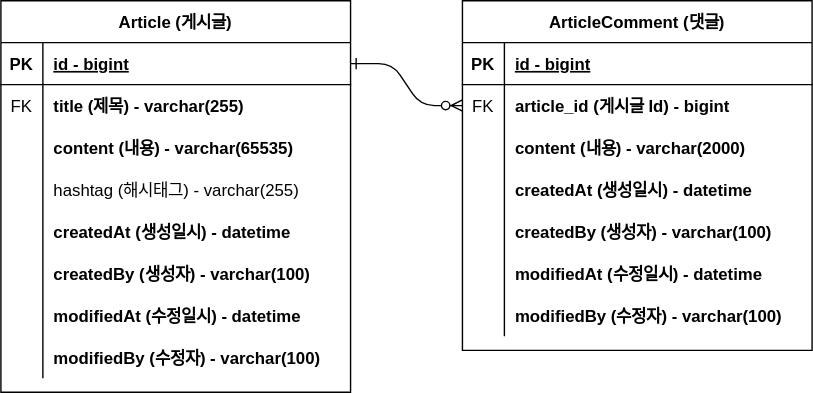
Earlier version of the draw.io export document/project-board-erd.drawio.svg (beomukim/project-board). Source tidied: cells renumbered, new cells last; positions are measured from the earlier drawing's top-left corner, leaving out a move shared by most shapes.
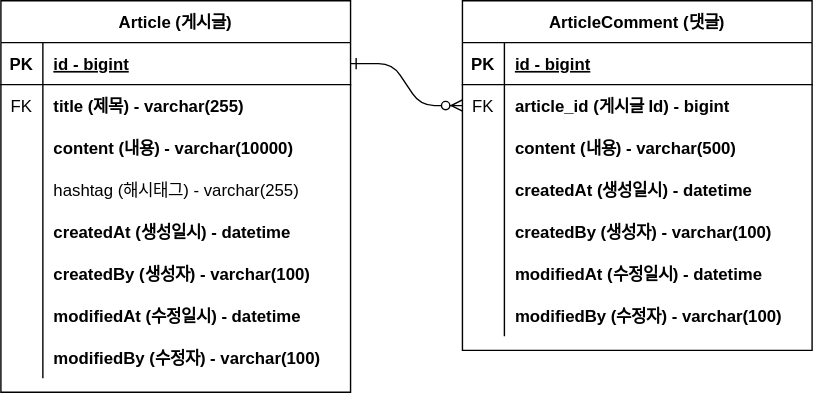
After the change.

Diff of the diagram source:
```diff
@@ -32,7 +32,7 @@
     <mxCell id="11" style="shape=partialRectangle;overflow=hidden;fillColor=none;top=0;left=0;bottom=0;right=0;" parent="10" vertex="1">
       <mxGeometry width="30" height="30" as="geometry" />
     </mxCell>
-    <mxCell id="12" value="content (내용) - varchar(2000)" style="shape=partialRectangle;overflow=hidden;fillColor=none;top=0;left=0;bottom=0;right=0;align=left;spacingLeft=6;fontStyle=1;" parent="10" vertex="1">
+    <mxCell id="12" value="content (내용) - varchar(500)" style="shape=partialRectangle;overflow=hidden;fillColor=none;top=0;left=0;bottom=0;right=0;align=left;spacingLeft=6;fontStyle=1;" parent="10" vertex="1">
       <mxGeometry x="30" width="220" height="30" as="geometry" />
     </mxCell>
     <mxCell id="13" style="shape=partialRectangle;fillColor=none;top=0;left=0;right=0;bottom=0;" parent="3" vertex="1">
@@ -98,7 +98,7 @@
     <mxCell id="33" style="shape=partialRectangle;overflow=hidden;fillColor=none;top=0;left=0;bottom=0;right=0;" parent="32" vertex="1">
       <mxGeometry width="30" height="30" as="geometry" />
     </mxCell>
-    <mxCell id="34" value="content (내용) - varchar(65535)" style="shape=partialRectangle;overflow=hidden;fillColor=none;top=0;left=0;bottom=0;right=0;align=left;spacingLeft=6;fontStyle=1;" parent="32" vertex="1">
+    <mxCell id="34" value="content (내용) - varchar(10000)" style="shape=partialRectangle;overflow=hidden;fillColor=none;top=0;left=0;bottom=0;right=0;align=left;spacingLeft=6;fontStyle=1;" parent="32" vertex="1">
       <mxGeometry x="30" width="220" height="30" as="geometry" />
     </mxCell>
     <mxCell id="35" style="shape=partialRectangle;fillColor=none;top=0;left=0;right=0;bottom=0;" parent="25" vertex="1">
```
